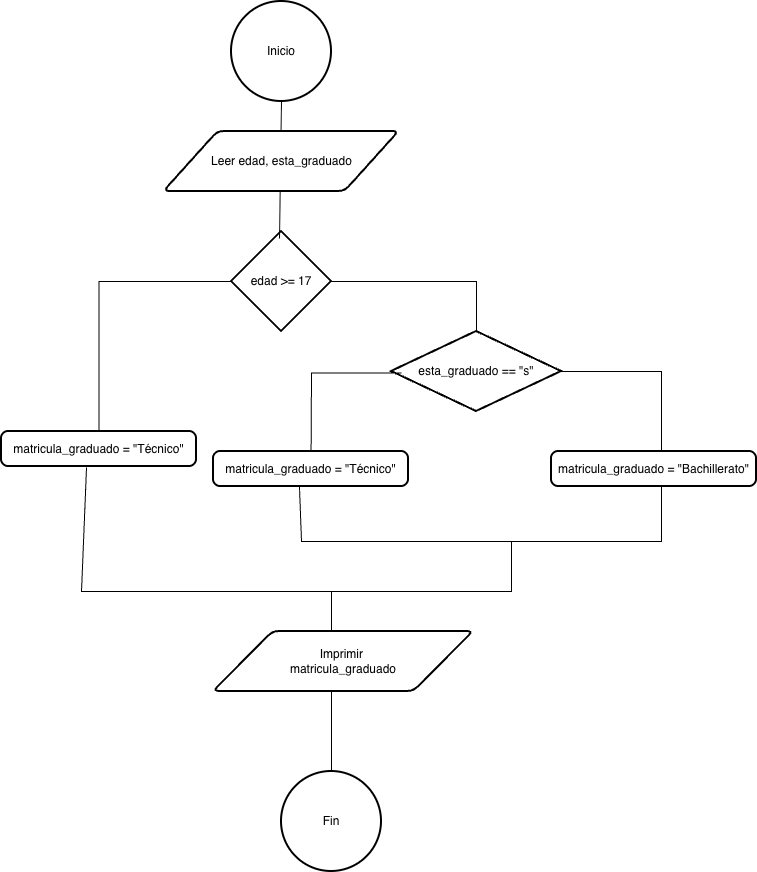
Above: matricula_universitaria.drawio.png in alvarodcp/matricula_universitaria (draw.io), before the change. Source tidied: cells renumbered, new cells last; positions are measured from the earlier drawing's top-left corner, leaving out a move shared by most shapes. Source of this version:
```xml
<mxGraphModel>
  <root>
    <mxCell id="0" />
    <mxCell id="1" parent="0" />
    <mxCell id="2" value="Inicio" style="strokeWidth=2;html=1;shape=mxgraph.flowchart.start_2;whiteSpace=wrap;" parent="1" vertex="1">
      <mxGeometry x="230" width="100" height="100" as="geometry" />
    </mxCell>
    <mxCell id="3" value="edad &amp;gt;= 17" style="strokeWidth=2;html=1;shape=mxgraph.flowchart.decision;whiteSpace=wrap;" parent="1" vertex="1">
      <mxGeometry x="230" y="230" width="100" height="100" as="geometry" />
    </mxCell>
    <mxCell id="4" value="esta_graduado == &quot;s&quot;" style="strokeWidth=2;html=1;shape=mxgraph.flowchart.decision;whiteSpace=wrap;" parent="1" vertex="1">
      <mxGeometry x="390" y="330" width="170" height="80" as="geometry" />
    </mxCell>
    <mxCell id="5" value="matricula_graduado = &quot;Técnico&quot;" style="rounded=1;whiteSpace=wrap;html=1;absoluteArcSize=1;arcSize=14;strokeWidth=2;" parent="1" vertex="1">
      <mxGeometry x="212" y="450" width="195" height="35" as="geometry" />
    </mxCell>
    <mxCell id="6" value="matricula_graduado = &quot;Técnico&quot;" style="rounded=1;whiteSpace=wrap;html=1;absoluteArcSize=1;arcSize=14;strokeWidth=2;" parent="1" vertex="1">
      <mxGeometry y="430" width="195" height="35" as="geometry" />
    </mxCell>
    <mxCell id="7" style="endArrow=none;html=1;rounded=0;entryX=0.059;entryY=0.519;entryDx=0;entryDy=0;entryPerimeter=0;" parent="1" edge="1" source="5" target="4">
      <mxGeometry relative="1" as="geometry">
        <Array as="points">
          <mxPoint x="310" y="371.5" />
        </Array>
      </mxGeometry>
    </mxCell>
    <mxCell id="8" style="endArrow=none;html=1;rounded=0;entryX=1;entryY=0.5;entryDx=0;entryDy=0;entryPerimeter=0;exitX=0.441;exitY=1.014;exitDx=0;exitDy=0;exitPerimeter=0;" parent="1" edge="1" source="5" target="4">
      <mxGeometry relative="1" as="geometry">
        <Array as="points">
          <mxPoint x="300" y="540" />
          <mxPoint x="660" y="540" />
          <mxPoint x="660" y="450" />
          <mxPoint x="660" y="370" />
        </Array>
      </mxGeometry>
    </mxCell>
    <mxCell id="9" value="matricula_graduado = &quot;Bachillerato&quot;" style="rounded=1;whiteSpace=wrap;html=1;absoluteArcSize=1;arcSize=14;strokeWidth=2;" parent="1" vertex="1">
      <mxGeometry x="550" y="450" width="205" height="35" as="geometry" />
    </mxCell>
    <mxCell id="10" style="endArrow=none;html=1;rounded=0;entryX=1;entryY=0.5;entryDx=0;entryDy=0;entryPerimeter=0;exitX=0.5;exitY=0;exitDx=0;exitDy=0;exitPerimeter=0;" parent="1" edge="1" source="4" target="3">
      <mxGeometry relative="1" as="geometry">
        <Array as="points">
          <mxPoint x="475" y="280" />
        </Array>
      </mxGeometry>
    </mxCell>
    <mxCell id="11" value="Fin" style="strokeWidth=2;html=1;shape=mxgraph.flowchart.start_2;whiteSpace=wrap;" parent="1" vertex="1">
      <mxGeometry x="280" y="770" width="100" height="100" as="geometry" />
    </mxCell>
    <mxCell id="12" style="endArrow=none;html=1;rounded=0;entryX=0.436;entryY=1.029;entryDx=0;entryDy=0;entryPerimeter=0;" parent="1" edge="1" target="6">
      <mxGeometry relative="1" as="geometry">
        <mxPoint x="510" y="540" as="sourcePoint" />
        <Array as="points">
          <mxPoint x="510" y="590" />
          <mxPoint x="80" y="590" />
        </Array>
      </mxGeometry>
    </mxCell>
    <mxCell id="13" style="endArrow=none;html=1;rounded=0;entryX=0;entryY=0.5;entryDx=0;entryDy=0;entryPerimeter=0;exitX=0.5;exitY=0;exitDx=0;exitDy=0;" parent="1" edge="1" source="6" target="3">
      <mxGeometry relative="1" as="geometry">
        <Array as="points">
          <mxPoint x="97.5" y="280" />
        </Array>
      </mxGeometry>
    </mxCell>
    <mxCell id="14" style="endArrow=none;html=1;rounded=0;entryX=0.5;entryY=1;entryDx=0;entryDy=0;entryPerimeter=0;exitX=0.48;exitY=0.07;exitDx=0;exitDy=0;exitPerimeter=0;" parent="1" edge="1" source="3" target="2">
      <mxGeometry relative="1" as="geometry" />
    </mxCell>
    <mxCell id="15" value="Leer edad, esta_graduado" style="shape=parallelogram;html=1;strokeWidth=2;perimeter=parallelogramPerimeter;whiteSpace=wrap;rounded=1;arcSize=12;size=0.23;" parent="1" vertex="1">
      <mxGeometry x="162.5" y="130" width="235" height="60" as="geometry" />
    </mxCell>
    <mxCell id="16" style="endArrow=none;html=1;rounded=0;" parent="1" edge="1" source="11">
      <mxGeometry relative="1" as="geometry">
        <mxPoint x="330" y="590" as="targetPoint" />
      </mxGeometry>
    </mxCell>
    <mxCell id="17" value="Imprimir&amp;nbsp;&lt;div&gt;matricula_graduado&lt;/div&gt;" style="shape=parallelogram;html=1;strokeWidth=2;perimeter=parallelogramPerimeter;whiteSpace=wrap;rounded=1;arcSize=12;size=0.23;" parent="1" vertex="1">
      <mxGeometry x="212" y="630" width="260" height="60" as="geometry" />
    </mxCell>
  </root>
</mxGraphModel>
```
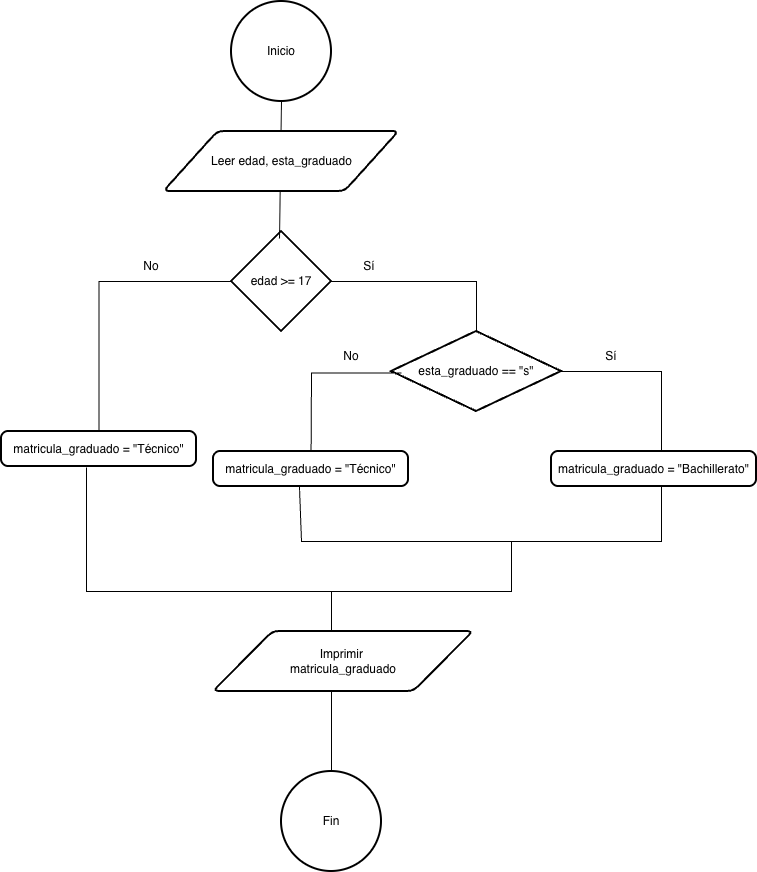
After the change.

Commit message:
Se corrige el error en el diagrama de flujo que no incluiía el sí y el no en las condicionales

Diff of the diagram source:
```diff
@@ -52,7 +52,7 @@
         <mxPoint x="510" y="540" as="sourcePoint" />
         <Array as="points">
           <mxPoint x="510" y="590" />
-          <mxPoint x="80" y="590" />
+          <mxPoint x="85" y="590" />
         </Array>
       </mxGeometry>
     </mxCell>
@@ -77,5 +77,17 @@
     <mxCell id="17" value="Imprimir&amp;nbsp;&lt;div&gt;matricula_graduado&lt;/div&gt;" style="shape=parallelogram;html=1;strokeWidth=2;perimeter=parallelogramPerimeter;whiteSpace=wrap;rounded=1;arcSize=12;size=0.23;" parent="1" vertex="1">
       <mxGeometry x="212" y="630" width="260" height="60" as="geometry" />
     </mxCell>
+    <mxCell id="18" value="No" style="text;html=1;whiteSpace=wrap;strokeColor=none;fillColor=none;align=center;verticalAlign=middle;rounded=0;" parent="1" vertex="1">
+      <mxGeometry x="120" y="250" width="60" height="30" as="geometry" />
+    </mxCell>
+    <mxCell id="19" value="No" style="text;html=1;whiteSpace=wrap;strokeColor=none;fillColor=none;align=center;verticalAlign=middle;rounded=0;" parent="1" vertex="1">
+      <mxGeometry x="320" y="340" width="60" height="30" as="geometry" />
+    </mxCell>
+    <mxCell id="20" value="Sí" style="text;html=1;whiteSpace=wrap;strokeColor=none;fillColor=none;align=center;verticalAlign=middle;rounded=0;" parent="1" vertex="1">
+      <mxGeometry x="337.5" y="250" width="60" height="30" as="geometry" />
+    </mxCell>
+    <mxCell id="21" value="Sí" style="text;html=1;whiteSpace=wrap;strokeColor=none;fillColor=none;align=center;verticalAlign=middle;rounded=0;" parent="1" vertex="1">
+      <mxGeometry x="580" y="340" width="60" height="30" as="geometry" />
+    </mxCell>
   </root>
 </mxGraphModel>
```
